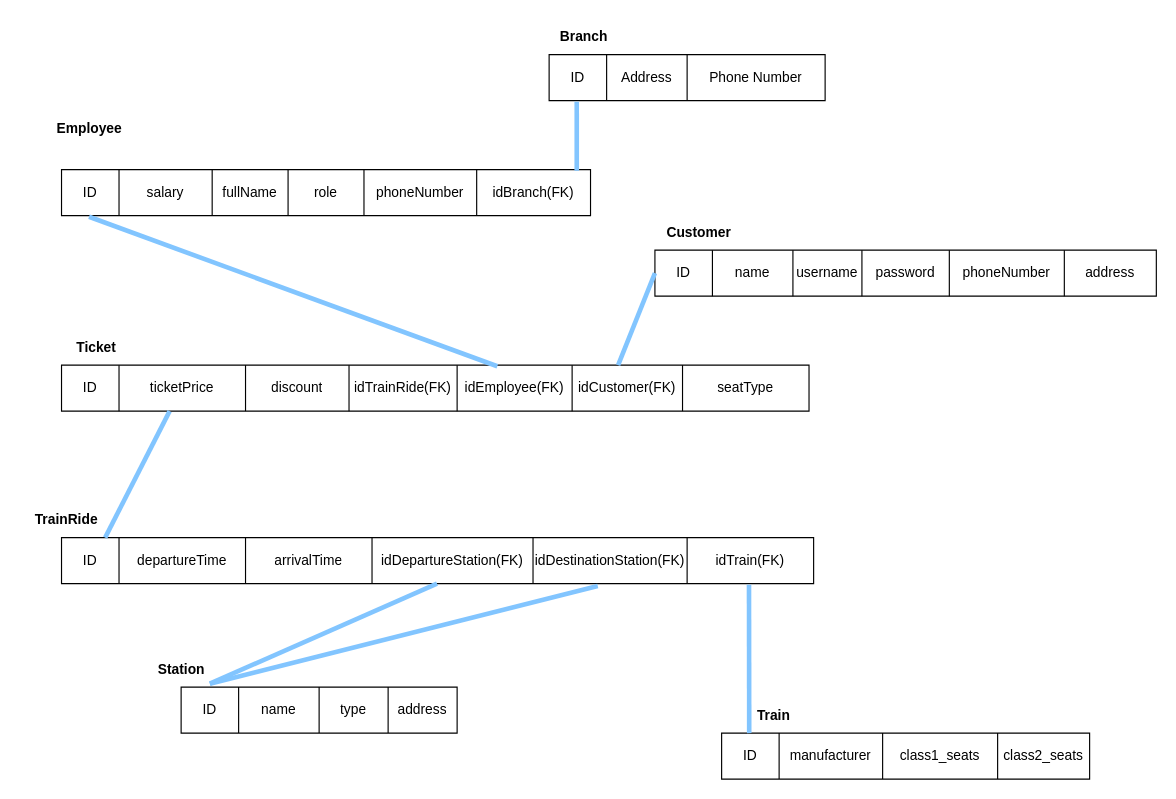
This is Biểu đồ không có tiêu đề.drawio from Quanhsb/LTW, a draw.io file, before an edit. Source tidied: cells renumbered, new cells numbered last; positions are measured from the earlier drawing's top-left corner, leaving out a move shared by most shapes. Both pictures are drawn from the tidied source at 115%, with x=0, y=0 at pixel (20, 20).
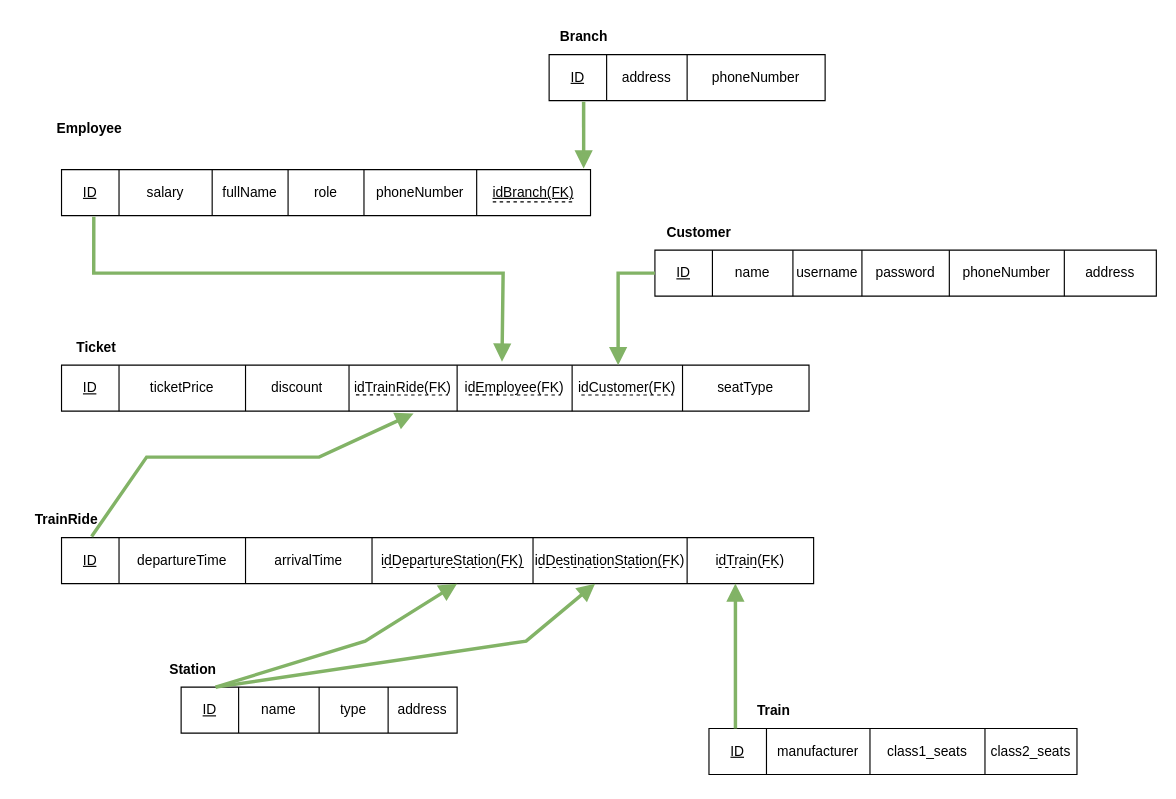
The same diagram, later.

Commit message:
Cập nhật Biểu đồ không có tiêu đề.drawio

The change refers to these unchanged cells:
```xml
<mxCell id="3" style="shape=tableRow;horizontal=0;startSize=0;swimlaneHead=0;swimlaneBody=0;strokeColor=inherit;top=0;left=0;bottom=0;right=0;fillColor=none;points=[[0,0.5],[1,0.5]];portConstraint=eastwest;" parent="2" vertex="1">
  <mxGeometry width="240" height="40" as="geometry" />
</mxCell>
<mxCell id="8" style="shape=tableRow;horizontal=0;startSize=0;swimlaneHead=0;swimlaneBody=0;strokeColor=inherit;top=0;left=0;bottom=0;right=0;fillColor=none;points=[[0,0.5],[1,0.5]];portConstraint=eastwest;" parent="7" vertex="1">
  <mxGeometry width="460" height="40" as="geometry" />
</mxCell>
<mxCell id="16" style="shape=tableRow;horizontal=0;startSize=0;swimlaneHead=0;swimlaneBody=0;strokeColor=inherit;top=0;left=0;bottom=0;right=0;fillColor=none;points=[[0,0.5],[1,0.5]];portConstraint=eastwest;" parent="15" vertex="1">
  <mxGeometry width="436" height="40" as="geometry" />
</mxCell>
<mxCell id="24" style="shape=tableRow;horizontal=0;startSize=0;swimlaneHead=0;swimlaneBody=0;strokeColor=inherit;top=0;left=0;bottom=0;right=0;fillColor=none;points=[[0,0.5],[1,0.5]];portConstraint=eastwest;" parent="23" vertex="1">
  <mxGeometry width="650" height="40" as="geometry" />
</mxCell>
<mxCell id="33" style="shape=tableRow;horizontal=0;startSize=0;swimlaneHead=0;swimlaneBody=0;strokeColor=inherit;top=0;left=0;bottom=0;right=0;fillColor=none;points=[[0,0.5],[1,0.5]];portConstraint=eastwest;" parent="32" vertex="1">
  <mxGeometry width="654" height="40" as="geometry" />
</mxCell>
<mxCell id="41" style="shape=tableRow;horizontal=0;startSize=0;swimlaneHead=0;swimlaneBody=0;strokeColor=inherit;top=0;left=0;bottom=0;right=0;fillColor=none;points=[[0,0.5],[1,0.5]];portConstraint=eastwest;" parent="40" vertex="1">
  <mxGeometry width="240" height="40" as="geometry" />
</mxCell>
<mxCell id="47" style="shape=tableRow;horizontal=0;startSize=0;swimlaneHead=0;swimlaneBody=0;strokeColor=inherit;top=0;left=0;bottom=0;right=0;fillColor=none;points=[[0,0.5],[1,0.5]];portConstraint=eastwest;" parent="46" vertex="1">
  <mxGeometry width="320" height="40" as="geometry" />
</mxCell>
```

Diff of the diagram source:
```diff
@@
-    <mxCell id="4" value="ID" style="shape=partialRectangle;html=1;whiteSpace=wrap;strokeColor=inherit;overflow=hidden;fillColor=none;top=0;left=0;bottom=0;right=0;" parent="3" vertex="1">
+    <mxCell id="4" value="&lt;u&gt;ID&lt;/u&gt;" style="shape=partialRectangle;html=1;whiteSpace=wrap;strokeColor=inherit;overflow=hidden;fillColor=none;top=0;left=0;bottom=0;right=0;" parent="3" vertex="1">
       <mxGeometry width="50" height="40" as="geometry" />
     </mxCell>
-    <mxCell id="5" value="Address" style="shape=partialRectangle;html=1;whiteSpace=wrap;strokeColor=inherit;overflow=hidden;fillColor=none;top=0;left=0;bottom=0;right=0;" parent="3" vertex="1">
+    <mxCell id="5" value="address" style="shape=partialRectangle;html=1;whiteSpace=wrap;strokeColor=inherit;overflow=hidden;fillColor=none;top=0;left=0;bottom=0;right=0;" parent="3" vertex="1">
       <mxGeometry x="50" width="70" height="40" as="geometry" />
     </mxCell>
-    <mxCell id="6" value="Phone Number" style="shape=partialRectangle;html=1;whiteSpace=wrap;strokeColor=inherit;overflow=hidden;fillColor=none;top=0;left=0;bottom=0;right=0;" parent="3" vertex="1">
+    <mxCell id="6" value="phoneNumber" style="shape=partialRectangle;html=1;whiteSpace=wrap;strokeColor=inherit;overflow=hidden;fillColor=none;top=0;left=0;bottom=0;right=0;" parent="3" vertex="1">
       <mxGeometry x="120" width="120" height="40" as="geometry" />
     </mxCell>
@@
-    <mxCell id="9" value="ID" style="shape=partialRectangle;html=1;whiteSpace=wrap;strokeColor=inherit;overflow=hidden;fillColor=none;top=0;left=0;bottom=0;right=0;" parent="8" vertex="1">
+    <mxCell id="9" value="&lt;u&gt;ID&lt;/u&gt;" style="shape=partialRectangle;html=1;whiteSpace=wrap;strokeColor=inherit;overflow=hidden;fillColor=none;top=0;left=0;bottom=0;right=0;" parent="8" vertex="1">
       <mxGeometry width="50" height="40" as="geometry" />
     </mxCell>
@@
-    <mxCell id="14" value="idBranch(FK)" style="shape=partialRectangle;html=1;whiteSpace=wrap;strokeColor=inherit;overflow=hidden;fillColor=none;top=0;left=0;bottom=0;right=0;" parent="8" vertex="1">
+    <mxCell id="14" value="&lt;u&gt;idBranch(FK)&lt;/u&gt;" style="shape=partialRectangle;html=1;whiteSpace=wrap;strokeColor=inherit;overflow=hidden;fillColor=none;top=0;left=0;bottom=0;right=0;" parent="8" vertex="1">
       <mxGeometry x="361" width="99" height="40" as="geometry" />
     </mxCell>
@@
-    <mxCell id="17" value="ID" style="shape=partialRectangle;html=1;whiteSpace=wrap;strokeColor=inherit;overflow=hidden;fillColor=none;top=0;left=0;bottom=0;right=0;" parent="16" vertex="1">
+    <mxCell id="17" value="&lt;u&gt;ID&lt;/u&gt;" style="shape=partialRectangle;html=1;whiteSpace=wrap;strokeColor=inherit;overflow=hidden;fillColor=none;top=0;left=0;bottom=0;right=0;" parent="16" vertex="1">
       <mxGeometry width="50" height="40" as="geometry" />
     </mxCell>
@@
-    <mxCell id="25" value="ID" style="shape=partialRectangle;html=1;whiteSpace=wrap;strokeColor=inherit;overflow=hidden;fillColor=none;top=0;left=0;bottom=0;right=0;" parent="24" vertex="1">
+    <mxCell id="25" value="&lt;u&gt;ID&lt;/u&gt;" style="shape=partialRectangle;html=1;whiteSpace=wrap;strokeColor=inherit;overflow=hidden;fillColor=none;top=0;left=0;bottom=0;right=0;" parent="24" vertex="1">
       <mxGeometry width="50" height="40" as="geometry" />
     </mxCell>
@@
-    <mxCell id="34" value="ID" style="shape=partialRectangle;html=1;whiteSpace=wrap;strokeColor=inherit;overflow=hidden;fillColor=none;top=0;left=0;bottom=0;right=0;" parent="33" vertex="1">
+    <mxCell id="34" value="&lt;u&gt;ID&lt;/u&gt;" style="shape=partialRectangle;html=1;whiteSpace=wrap;strokeColor=inherit;overflow=hidden;fillColor=none;top=0;left=0;bottom=0;right=0;" parent="33" vertex="1">
       <mxGeometry width="50" height="40" as="geometry" />
     </mxCell>
@@
-    <mxCell id="42" value="ID" style="shape=partialRectangle;html=1;whiteSpace=wrap;strokeColor=inherit;overflow=hidden;fillColor=none;top=0;left=0;bottom=0;right=0;" parent="41" vertex="1">
+    <mxCell id="42" value="&lt;u&gt;ID&lt;/u&gt;" style="shape=partialRectangle;html=1;whiteSpace=wrap;strokeColor=inherit;overflow=hidden;fillColor=none;top=0;left=0;bottom=0;right=0;" parent="41" vertex="1">
       <mxGeometry width="50" height="40" as="geometry" />
     </mxCell>
@@
     <mxCell id="46" style="shape=table;startSize=0;childLayout=tableLayout;" parent="1" vertex="1">
-      <mxGeometry x="610" y="620" width="320" height="40" as="geometry" />
+      <mxGeometry x="599" y="616" width="320" height="40" as="geometry" />
     </mxCell>
@@
-    <mxCell id="48" value="ID" style="shape=partialRectangle;html=1;whiteSpace=wrap;strokeColor=inherit;overflow=hidden;fillColor=none;top=0;left=0;bottom=0;right=0;" parent="47" vertex="1">
+    <mxCell id="48" value="&lt;u&gt;ID&lt;/u&gt;" style="shape=partialRectangle;html=1;whiteSpace=wrap;strokeColor=inherit;overflow=hidden;fillColor=none;top=0;left=0;bottom=0;right=0;" parent="47" vertex="1">
       <mxGeometry width="50" height="40" as="geometry" />
     </mxCell>
@@
-    <mxCell id="52" style="endArrow=none;html=1;rounded=0;entryX=0.1;entryY=1.025;entryDx=0;entryDy=0;entryPerimeter=0;exitX=0.974;exitY=0.025;exitDx=0;exitDy=0;exitPerimeter=0;strokeColor=#82C5FF;strokeWidth=4;" parent="1" edge="1" source="8" target="3">
-      <mxGeometry relative="1" as="geometry" />
-    </mxCell>
-    <mxCell id="53" style="endArrow=none;html=1;rounded=0;entryX=0.052;entryY=1.025;entryDx=0;entryDy=0;entryPerimeter=0;exitX=0.583;exitY=0.025;exitDx=0;exitDy=0;exitPerimeter=0;strokeColor=#82C5FF;strokeWidth=4;" parent="1" edge="1" source="24" target="8">
-      <mxGeometry relative="1" as="geometry" />
-    </mxCell>
-    <mxCell id="54" style="endArrow=none;html=1;rounded=0;entryX=0;entryY=0.5;entryDx=0;entryDy=0;exitX=0.974;exitY=0.025;exitDx=0;exitDy=0;exitPerimeter=0;strokeColor=#82C5FF;strokeWidth=4;" parent="1" edge="1" target="16">
-      <mxGeometry relative="1" as="geometry">
-        <mxPoint x="520" y="300" as="sourcePoint" />
-      </mxGeometry>
-    </mxCell>
-    <mxCell id="55" style="endArrow=none;html=1;rounded=0;entryX=0.1;entryY=1.025;entryDx=0;entryDy=0;entryPerimeter=0;exitX=0.058;exitY=0;exitDx=0;exitDy=0;exitPerimeter=0;strokeColor=#82C5FF;strokeWidth=4;" parent="1" edge="1" source="33">
-      <mxGeometry relative="1" as="geometry">
-        <mxPoint x="130" y="340" as="targetPoint" />
-      </mxGeometry>
-    </mxCell>
-    <mxCell id="56" style="endArrow=none;html=1;rounded=0;entryX=0.914;entryY=1;entryDx=0;entryDy=0;entryPerimeter=0;strokeColor=#82C5FF;strokeWidth=4;exitX=0.075;exitY=0;exitDx=0;exitDy=0;exitPerimeter=0;" parent="1" edge="1" source="47">
-      <mxGeometry relative="1" as="geometry">
-        <mxPoint x="633.8" y="491" as="targetPoint" />
-      </mxGeometry>
-    </mxCell>
-    <mxCell id="57" style="endArrow=none;html=1;rounded=0;entryX=0.1;entryY=1.025;entryDx=0;entryDy=0;entryPerimeter=0;exitX=0.104;exitY=-0.075;exitDx=0;exitDy=0;exitPerimeter=0;strokeColor=#82C5FF;strokeWidth=4;" parent="1" edge="1" source="41">
-      <mxGeometry relative="1" as="geometry">
-        <mxPoint x="362.5" y="490" as="targetPoint" />
-      </mxGeometry>
-    </mxCell>
-    <mxCell id="58" style="endArrow=none;html=1;rounded=0;entryX=0.713;entryY=1.05;entryDx=0;entryDy=0;entryPerimeter=0;strokeColor=#82C5FF;strokeWidth=4;" parent="1" edge="1" target="33">
-      <mxGeometry relative="1" as="geometry">
-        <mxPoint x="165" y="577" as="sourcePoint" />
-      </mxGeometry>
-    </mxCell>
     <mxCell id="59" value="&lt;b&gt;Train&lt;/b&gt;" style="text;html=1;align=center;verticalAlign=middle;strokeColor=none;fillColor=none;" parent="1" vertex="1">
-      <mxGeometry x="630" y="590" width="50" height="30" as="geometry" />
+      <mxGeometry x="630" y="586" width="50" height="30" as="geometry" />
     </mxCell>
     <mxCell id="60" value="&lt;b&gt;Station&lt;/b&gt;" style="text;html=1;align=center;verticalAlign=middle;strokeColor=none;fillColor=none;" parent="1" vertex="1">
-      <mxGeometry x="110" y="550" width="60" height="30" as="geometry" />
+      <mxGeometry x="120" y="550" width="60" height="30" as="geometry" />
     </mxCell>
@@
+    <mxCell id="66" style="endArrow=block;html=1;rounded=0;endSize=8;startSize=5;targetPerimeterSpacing=6;strokeWidth=3;endFill=1;fillColor=#d5e8d4;strokeColor=#82b366;exitX=0.121;exitY=1.025;exitDx=0;exitDy=0;exitPerimeter=0;entryX=0.987;entryY=-0.025;entryDx=0;entryDy=0;entryPerimeter=0;" parent="1" edge="1" target="8">
+      <mxGeometry relative="1" as="geometry">
+        <mxPoint x="490" y="71" as="sourcePoint" />
+      </mxGeometry>
+    </mxCell>
+    <mxCell id="67" style="endArrow=block;html=1;rounded=0;endSize=8;startSize=5;targetPerimeterSpacing=6;strokeWidth=3;endFill=1;fillColor=#d5e8d4;strokeColor=#82b366;exitX=0.061;exitY=1.025;exitDx=0;exitDy=0;exitPerimeter=0;" parent="1" edge="1" source="8">
+      <mxGeometry relative="1" as="geometry">
+        <mxPoint x="419" y="297" as="targetPoint" />
+        <Array as="points">
+          <mxPoint x="64" y="220" />
+          <mxPoint x="420" y="220" />
+        </Array>
+      </mxGeometry>
+    </mxCell>
+    <mxCell id="68" style="endArrow=block;html=1;rounded=0;endSize=8;startSize=5;targetPerimeterSpacing=6;strokeWidth=3;endFill=1;fillColor=#d5e8d4;strokeColor=#82b366;entryX=0.987;entryY=-0.025;entryDx=0;entryDy=0;entryPerimeter=0;exitX=0;exitY=0.5;exitDx=0;exitDy=0;" parent="1" edge="1" source="16">
+      <mxGeometry relative="1" as="geometry">
+        <mxPoint x="520" y="300" as="targetPoint" />
+        <Array as="points">
+          <mxPoint x="520" y="220" />
+        </Array>
+      </mxGeometry>
+    </mxCell>
+    <mxCell id="69" style="endArrow=block;html=1;rounded=0;endSize=8;startSize=5;targetPerimeterSpacing=6;strokeWidth=3;endFill=1;fillColor=#d5e8d4;strokeColor=#82b366;exitX=0.04;exitY=-0.025;exitDx=0;exitDy=0;exitPerimeter=0;entryX=0.471;entryY=1.05;entryDx=0;entryDy=0;entryPerimeter=0;" parent="1" edge="1" source="33" target="24">
+      <mxGeometry relative="1" as="geometry">
+        <Array as="points">
+          <mxPoint x="110" y="380" />
+          <mxPoint x="260" y="380" />
+        </Array>
+      </mxGeometry>
+    </mxCell>
+    <mxCell id="70" style="endArrow=block;html=1;rounded=0;endSize=8;startSize=5;targetPerimeterSpacing=6;strokeWidth=3;endFill=1;fillColor=#d5e8d4;strokeColor=#82b366;entryX=0.896;entryY=1.1;entryDx=0;entryDy=0;entryPerimeter=0;" parent="1" edge="1">
+      <mxGeometry relative="1" as="geometry">
+        <mxPoint x="622" y="616" as="sourcePoint" />
+        <mxPoint x="622" y="490" as="targetPoint" />
+      </mxGeometry>
+    </mxCell>
+    <mxCell id="71" style="endArrow=block;html=1;rounded=0;endSize=8;startSize=5;targetPerimeterSpacing=6;strokeWidth=3;endFill=1;fillColor=#d5e8d4;strokeColor=#82b366;" parent="1" edge="1">
+      <mxGeometry relative="1" as="geometry">
+        <mxPoint x="170" y="580" as="sourcePoint" />
+        <mxPoint x="380" y="490" as="targetPoint" />
+        <Array as="points">
+          <mxPoint x="300" y="540" />
+        </Array>
+      </mxGeometry>
+    </mxCell>
+    <mxCell id="72" style="endArrow=block;html=1;rounded=0;endSize=8;startSize=5;targetPerimeterSpacing=6;strokeWidth=3;endFill=1;fillColor=#d5e8d4;strokeColor=#82b366;" parent="1" edge="1">
+      <mxGeometry relative="1" as="geometry">
+        <mxPoint x="170" y="580" as="sourcePoint" />
+        <mxPoint x="500" y="490" as="targetPoint" />
+        <Array as="points">
+          <mxPoint x="440" y="540" />
+        </Array>
+      </mxGeometry>
+    </mxCell>
+    <mxCell id="73" style="endArrow=none;dashed=1;html=1;rounded=0;" parent="1" edge="1">
+      <mxGeometry relative="1" as="geometry">
+        <mxPoint x="292" y="325.9" as="sourcePoint" />
+        <mxPoint x="372" y="326" as="targetPoint" />
+      </mxGeometry>
+    </mxCell>
+    <mxCell id="74" style="endArrow=none;dashed=1;html=1;rounded=0;" parent="1" edge="1">
+      <mxGeometry relative="1" as="geometry">
+        <mxPoint x="390" y="325.9" as="sourcePoint" />
+        <mxPoint x="470" y="326" as="targetPoint" />
+      </mxGeometry>
+    </mxCell>
+    <mxCell id="75" style="endArrow=none;dashed=1;html=1;rounded=0;" parent="1" edge="1">
+      <mxGeometry relative="1" as="geometry">
+        <mxPoint x="411" y="158" as="sourcePoint" />
+        <mxPoint x="481" y="158" as="targetPoint" />
+      </mxGeometry>
+    </mxCell>
+    <mxCell id="76" style="endArrow=none;dashed=1;html=1;rounded=0;" parent="1" edge="1">
+      <mxGeometry relative="1" as="geometry">
+        <mxPoint x="488" y="326" as="sourcePoint" />
+        <mxPoint x="568" y="326" as="targetPoint" />
+      </mxGeometry>
+    </mxCell>
+    <mxCell id="77" style="endArrow=none;dashed=1;html=1;rounded=0;" parent="1" edge="1">
+      <mxGeometry relative="1" as="geometry">
+        <mxPoint x="315" y="476" as="sourcePoint" />
+        <mxPoint x="438" y="476" as="targetPoint" />
+      </mxGeometry>
+    </mxCell>
+    <mxCell id="78" style="endArrow=none;dashed=1;html=1;rounded=0;" parent="1" edge="1">
+      <mxGeometry relative="1" as="geometry">
+        <mxPoint x="451" y="476" as="sourcePoint" />
+        <mxPoint x="571" y="476" as="targetPoint" />
+      </mxGeometry>
+    </mxCell>
+    <mxCell id="79" style="endArrow=none;dashed=1;html=1;rounded=0;" parent="1" edge="1">
+      <mxGeometry relative="1" as="geometry">
+        <mxPoint x="607" y="476" as="sourcePoint" />
+        <mxPoint x="661" y="476" as="targetPoint" />
+      </mxGeometry>
+    </mxCell>
```
